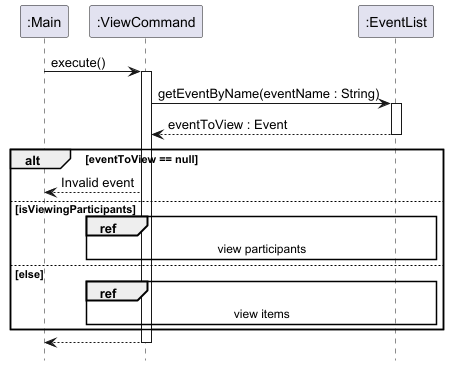
Above: docs/images/ViewEventSequenceDiagram.png in nus-cs2113-AY2425S1/tp (PlantUML), before the change. Its diagram source:
```plantuml
@startuml
!include style.puml
hide footbox

participant ":Main" as main
participant ":ViewCommand" as command
participant ":EventList" as eventList

main -> command : execute()
activate command

command -> eventList : getEventByName(eventName : String)
activate eventList

return eventToView : Event

alt eventToView == null
    command --> main : Invalid event
else isViewingParticipants
    ref over command, eventList: view participants
else else
    ref over command, eventList: view items
end

return

@enduml
```
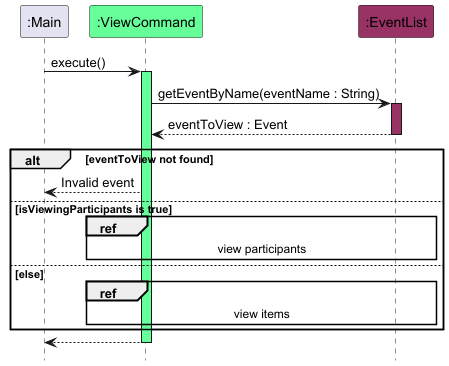
Above is the later version.

Diff of the diagram source:
```diff
@@ -3,20 +3,20 @@
 hide footbox
 
 participant ":Main" as main
-participant ":ViewCommand" as command
-participant ":EventList" as eventList
+participant ":ViewCommand" as command COMMAND_COLOUR
+participant ":EventList" as eventList EVENT_COLOUR
 
 main -> command : execute()
-activate command
+activate command COMMAND_COLOUR
 
 command -> eventList : getEventByName(eventName : String)
-activate eventList
+activate eventList EVENT_COLOUR
 
 return eventToView : Event
 
-alt eventToView == null
+alt eventToView not found
     command --> main : Invalid event
-else isViewingParticipants
+else isViewingParticipants is true
     ref over command, eventList: view participants
 else else
     ref over command, eventList: view items
```
